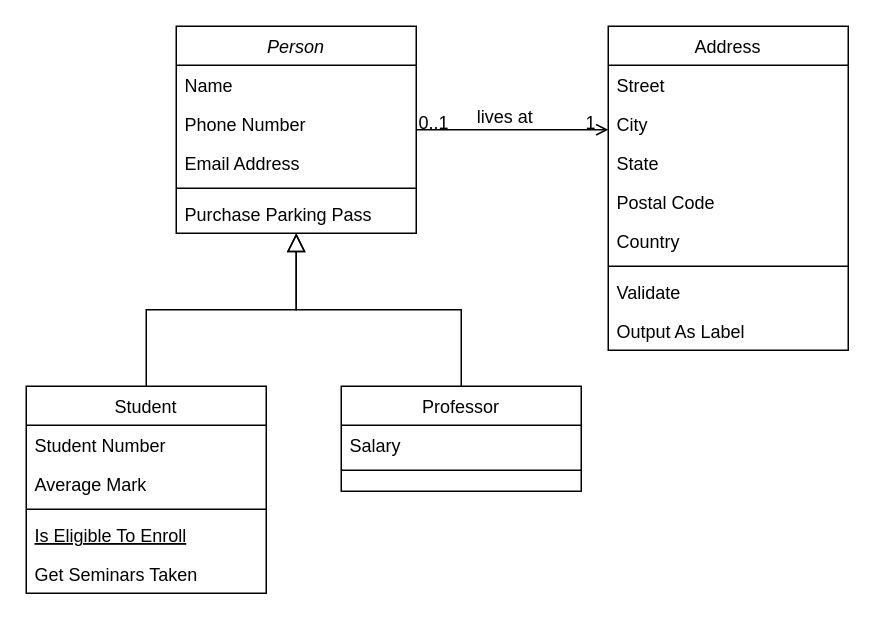
Earlier version of the draw.io diagram day1/period1/person.drawio (leeeshub/jiu24summer). Source tidied: cells renumbered, new cells numbered last; positions are measured from the earlier drawing's top-left corner, leaving out a move shared by most shapes. Both pictures are drawn from the tidied source at 150%, with x=0, y=0 at pixel (26, 26).
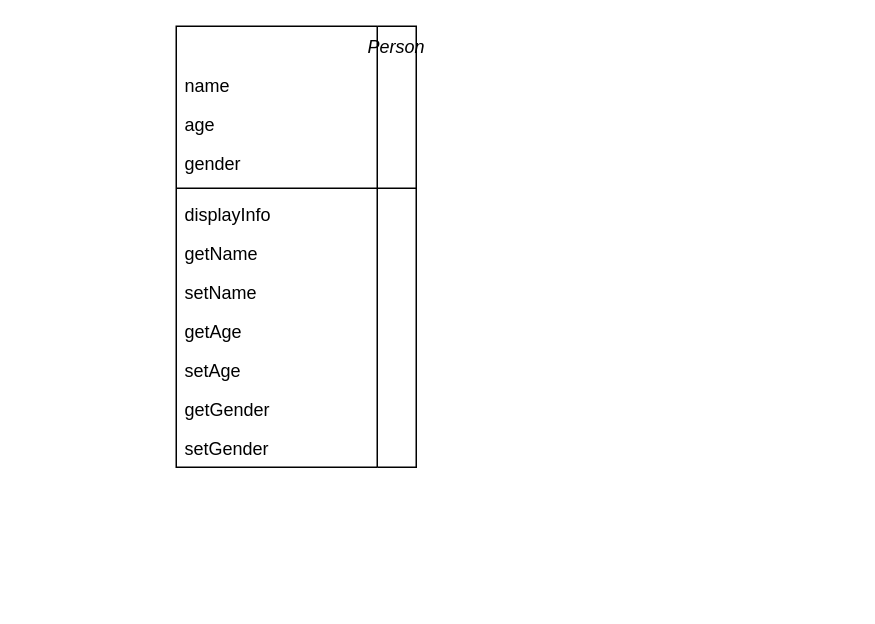
The same diagram, later.

Commit message:
Update person class diagram

Change to the diagram source:
```diff
@@
-    <mxCell id="2" value="Person" style="swimlane;fontStyle=2;align=center;verticalAlign=top;horizontal=1;startSize=26;rounded=0;shadow=0;strokeWidth=1;" parent="1" vertex="1">
-      <mxGeometry x="100" width="160" height="138" as="geometry" />
+    <mxCell id="2" value="Person" style="swimlane;fontStyle=2;align=center;verticalAlign=top;horizontal=1;startSize=26;rounded=0;shadow=0;strokeWidth=1;direction=south;" parent="1" vertex="1">
+      <mxGeometry x="100" width="160" height="294" as="geometry" />
     </mxCell>
-    <mxCell id="3" value="Name" style="text;align=left;verticalAlign=top;spacingLeft=4;spacingRight=4;overflow=hidden;" parent="2" vertex="1">
+    <mxCell id="3" value="name" style="text;align=left;verticalAlign=top;spacingLeft=4;spacingRight=4;overflow=hidden;" parent="2" vertex="1">
       <mxGeometry y="26" width="160" height="26" as="geometry" />
     </mxCell>
-    <mxCell id="4" value="Phone Number" style="text;align=left;verticalAlign=top;spacingLeft=4;spacingRight=4;overflow=hidden;rounded=0;shadow=0;html=0;" parent="2" vertex="1">
+    <mxCell id="4" value="age" style="text;align=left;verticalAlign=top;spacingLeft=4;spacingRight=4;overflow=hidden;rounded=0;shadow=0;html=0;" parent="2" vertex="1">
       <mxGeometry y="52" width="160" height="26" as="geometry" />
     </mxCell>
-    <mxCell id="5" value="Email Address" style="text;align=left;verticalAlign=top;spacingLeft=4;spacingRight=4;overflow=hidden;rounded=0;shadow=0;html=0;" parent="2" vertex="1">
-      <mxGeometry y="78" width="160" height="26" as="geometry" />
-    </mxCell>
+    <mxCell id="32" value="gender" style="text;align=left;verticalAlign=top;spacingLeft=4;spacingRight=4;overflow=hidden;rounded=0;shadow=0;html=0;" parent="2" vertex="1">
+      <mxGeometry y="78" width="160" height="26" as="geometry" />
+    </mxCell>
@@
-    <mxCell id="7" value="Purchase Parking Pass" style="text;align=left;verticalAlign=top;spacingLeft=4;spacingRight=4;overflow=hidden;" parent="2" vertex="1">
+    <mxCell id="7" value="displayInfo" style="text;align=left;verticalAlign=top;spacingLeft=4;spacingRight=4;overflow=hidden;" parent="2" vertex="1">
       <mxGeometry y="112" width="160" height="26" as="geometry" />
     </mxCell>
-    <mxCell id="8" value="Student" style="swimlane;fontStyle=0;align=center;verticalAlign=top;horizontal=1;startSize=26;rounded=0;shadow=0;strokeWidth=1;" parent="1" vertex="1">
-      <mxGeometry y="240" width="160" height="138" as="geometry" />
-    </mxCell>
-    <mxCell id="9" value="Student Number" style="text;align=left;verticalAlign=top;spacingLeft=4;spacingRight=4;overflow=hidden;" parent="8" vertex="1">
-      <mxGeometry y="26" width="160" height="26" as="geometry" />
-    </mxCell>
-    <mxCell id="10" value="Average Mark" style="text;align=left;verticalAlign=top;spacingLeft=4;spacingRight=4;overflow=hidden;rounded=0;shadow=0;html=0;" parent="8" vertex="1">
-      <mxGeometry y="52" width="160" height="26" as="geometry" />
-    </mxCell>
-    <mxCell id="11" style="line;html=1;strokeWidth=1;align=left;verticalAlign=middle;spacingTop=-1;spacingLeft=3;spacingRight=3;labelPosition=right;" parent="8" vertex="1">
-      <mxGeometry y="78" width="160" height="8" as="geometry" />
-    </mxCell>
-    <mxCell id="12" value="Is Eligible To Enroll" style="text;align=left;verticalAlign=top;spacingLeft=4;spacingRight=4;overflow=hidden;fontStyle=4;" parent="8" vertex="1">
-      <mxGeometry y="86" width="160" height="26" as="geometry" />
-    </mxCell>
-    <mxCell id="13" value="Get Seminars Taken" style="text;align=left;verticalAlign=top;spacingLeft=4;spacingRight=4;overflow=hidden;" parent="8" vertex="1">
-      <mxGeometry y="112" width="160" height="26" as="geometry" />
-    </mxCell>
-    <mxCell id="14" style="endArrow=block;endSize=10;endFill=0;shadow=0;strokeWidth=1;rounded=0;curved=0;edgeStyle=elbowEdgeStyle;elbow=vertical;" parent="1" edge="1" source="8" target="2">
-      <mxGeometry relative="1" as="geometry" />
-    </mxCell>
-    <mxCell id="15" value="Professor" style="swimlane;fontStyle=0;align=center;verticalAlign=top;horizontal=1;startSize=26;rounded=0;shadow=0;strokeWidth=1;" parent="1" vertex="1">
-      <mxGeometry x="210" y="240" width="160" height="70" as="geometry" />
-    </mxCell>
-    <mxCell id="16" value="Salary" style="text;align=left;verticalAlign=top;spacingLeft=4;spacingRight=4;overflow=hidden;" parent="15" vertex="1">
-      <mxGeometry y="26" width="160" height="26" as="geometry" />
-    </mxCell>
-    <mxCell id="17" style="line;html=1;strokeWidth=1;align=left;verticalAlign=middle;spacingTop=-1;spacingLeft=3;spacingRight=3;labelPosition=right;" parent="15" vertex="1">
-      <mxGeometry y="52" width="160" height="8" as="geometry" />
-    </mxCell>
-    <mxCell id="18" style="endArrow=block;endSize=10;endFill=0;shadow=0;strokeWidth=1;rounded=0;curved=0;edgeStyle=elbowEdgeStyle;elbow=vertical;" parent="1" edge="1" source="15" target="2">
-      <mxGeometry relative="1" as="geometry" />
-    </mxCell>
-    <mxCell id="19" value="Address" style="swimlane;fontStyle=0;align=center;verticalAlign=top;horizontal=1;startSize=26;rounded=0;shadow=0;strokeWidth=1;" parent="1" vertex="1">
-      <mxGeometry x="388" width="160" height="216" as="geometry" />
-    </mxCell>
-    <mxCell id="20" value="Street" style="text;align=left;verticalAlign=top;spacingLeft=4;spacingRight=4;overflow=hidden;" parent="19" vertex="1">
-      <mxGeometry y="26" width="160" height="26" as="geometry" />
-    </mxCell>
-    <mxCell id="21" value="City" style="text;align=left;verticalAlign=top;spacingLeft=4;spacingRight=4;overflow=hidden;rounded=0;shadow=0;html=0;" parent="19" vertex="1">
-      <mxGeometry y="52" width="160" height="26" as="geometry" />
-    </mxCell>
-    <mxCell id="22" value="State" style="text;align=left;verticalAlign=top;spacingLeft=4;spacingRight=4;overflow=hidden;rounded=0;shadow=0;html=0;" parent="19" vertex="1">
-      <mxGeometry y="78" width="160" height="26" as="geometry" />
-    </mxCell>
-    <mxCell id="23" value="Postal Code" style="text;align=left;verticalAlign=top;spacingLeft=4;spacingRight=4;overflow=hidden;rounded=0;shadow=0;html=0;" parent="19" vertex="1">
-      <mxGeometry y="104" width="160" height="26" as="geometry" />
-    </mxCell>
-    <mxCell id="24" value="Country" style="text;align=left;verticalAlign=top;spacingLeft=4;spacingRight=4;overflow=hidden;rounded=0;shadow=0;html=0;" parent="19" vertex="1">
-      <mxGeometry y="130" width="160" height="26" as="geometry" />
-    </mxCell>
-    <mxCell id="25" style="line;html=1;strokeWidth=1;align=left;verticalAlign=middle;spacingTop=-1;spacingLeft=3;spacingRight=3;labelPosition=right;" parent="19" vertex="1">
-      <mxGeometry y="156" width="160" height="8" as="geometry" />
-    </mxCell>
-    <mxCell id="26" value="Validate" style="text;align=left;verticalAlign=top;spacingLeft=4;spacingRight=4;overflow=hidden;" parent="19" vertex="1">
-      <mxGeometry y="164" width="160" height="26" as="geometry" />
-    </mxCell>
-    <mxCell id="27" value="Output As Label" style="text;align=left;verticalAlign=top;spacingLeft=4;spacingRight=4;overflow=hidden;" parent="19" vertex="1">
-      <mxGeometry y="190" width="160" height="26" as="geometry" />
-    </mxCell>
-    <mxCell id="28" style="endArrow=open;shadow=0;strokeWidth=1;rounded=0;curved=0;endFill=1;edgeStyle=elbowEdgeStyle;elbow=vertical;" parent="1" edge="1" source="2" target="19">
-      <mxGeometry x="0.5" y="41" relative="1" as="geometry">
-        <mxPoint x="-40" y="32" as="offset" />
-      </mxGeometry>
-    </mxCell>
-    <mxCell id="29" value="0..1" style="align=left;verticalAlign=bottom;labelBackgroundColor=none;fontSize=12;" parent="28" vertex="1">
-      <mxGeometry x="-1" relative="1" as="geometry">
-        <mxPoint y="4" as="offset" />
-      </mxGeometry>
-    </mxCell>
-    <mxCell id="30" value="1" style="align=right;verticalAlign=bottom;labelBackgroundColor=none;fontSize=12;" parent="28" vertex="1">
-      <mxGeometry x="1" relative="1" as="geometry">
-        <mxPoint x="-7" y="4" as="offset" />
-      </mxGeometry>
-    </mxCell>
-    <mxCell id="31" value="lives at" style="text;html=1;align=center;verticalAlign=middle;labelBackgroundColor=none;rounded=0;shadow=0;strokeWidth=1;fontSize=12;" parent="28" vertex="1">
-      <mxGeometry x="0.5" y="49" relative="1" as="geometry">
-        <mxPoint x="-38" y="40" as="offset" />
-      </mxGeometry>
-    </mxCell>
+    <mxCell id="33" value="getName" style="text;align=left;verticalAlign=top;spacingLeft=4;spacingRight=4;overflow=hidden;" parent="2" vertex="1">
+      <mxGeometry y="138" width="160" height="26" as="geometry" />
+    </mxCell>
+    <mxCell id="34" value="setName" style="text;align=left;verticalAlign=top;spacingLeft=4;spacingRight=4;overflow=hidden;" parent="2" vertex="1">
+      <mxGeometry y="164" width="160" height="26" as="geometry" />
+    </mxCell>
+    <mxCell id="35" value="getAge" style="text;align=left;verticalAlign=top;spacingLeft=4;spacingRight=4;overflow=hidden;" parent="2" vertex="1">
+      <mxGeometry y="190" width="160" height="26" as="geometry" />
+    </mxCell>
+    <mxCell id="36" value="setAge" style="text;align=left;verticalAlign=top;spacingLeft=4;spacingRight=4;overflow=hidden;" parent="2" vertex="1">
+      <mxGeometry y="216" width="160" height="26" as="geometry" />
+    </mxCell>
+    <mxCell id="37" value="getGender" style="text;align=left;verticalAlign=top;spacingLeft=4;spacingRight=4;overflow=hidden;" parent="2" vertex="1">
+      <mxGeometry y="242" width="160" height="26" as="geometry" />
+    </mxCell>
+    <mxCell id="38" value="setGender" style="text;align=left;verticalAlign=top;spacingLeft=4;spacingRight=4;overflow=hidden;" parent="2" vertex="1">
+      <mxGeometry y="268" width="160" height="26" as="geometry" />
+    </mxCell>
```
